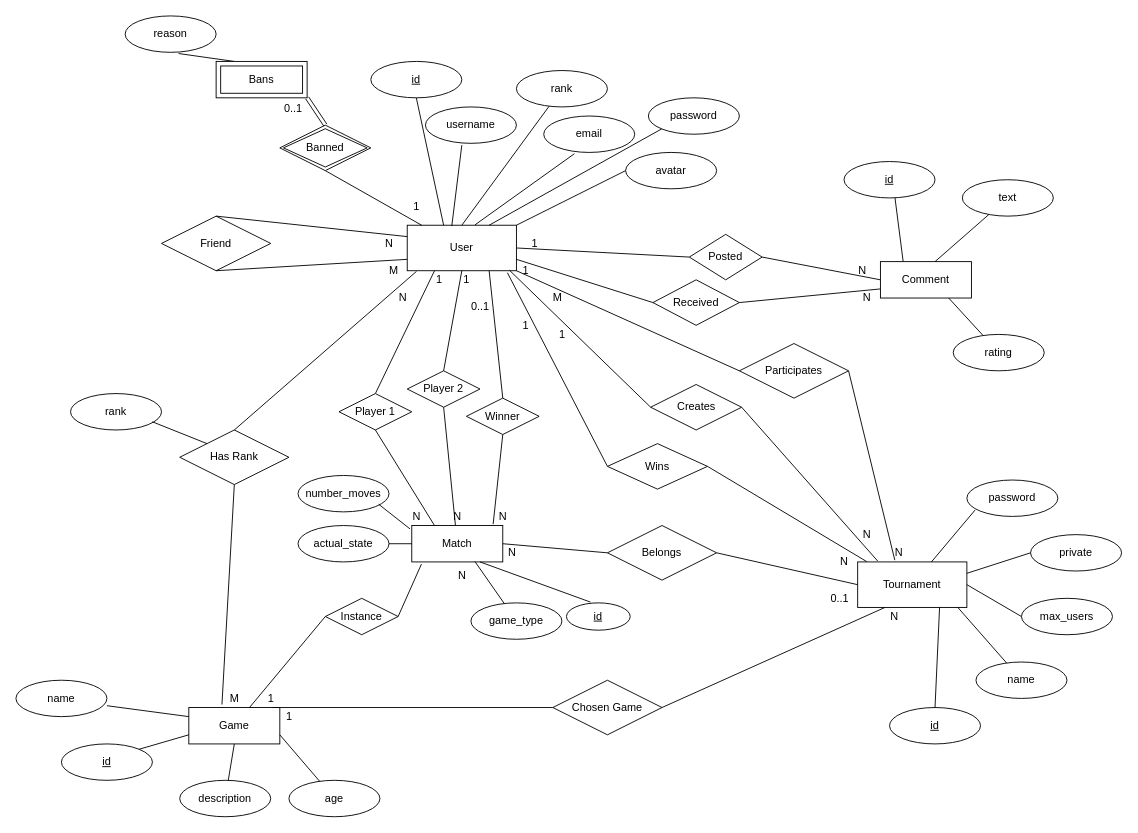
The draw.io diagram Reports/DER.drawio in pedromiglou/MathGames, before the edit. Source tidied: cells renumbered, new cells numbered last; positions are measured from the earlier drawing's top-left corner, leaving out a move shared by most shapes. Both pictures are drawn from the tidied source at 91%, with x=0, y=0 at pixel (15, 15).
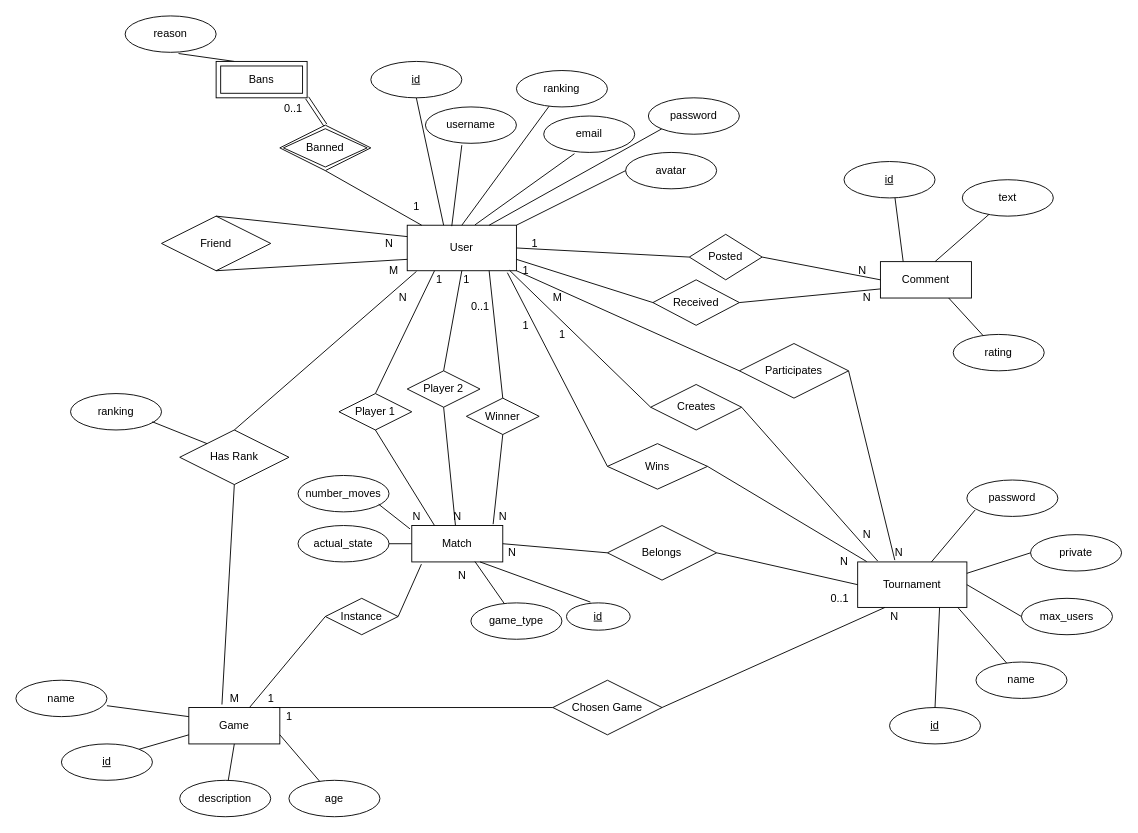
The same diagram, later.

Change to the diagram source:
```diff
@@
-    <mxCell id="115" value="rank" style="ellipse;whiteSpace=wrap;html=1;align=center;" parent="1" vertex="1">
+    <mxCell id="115" value="ranking" style="ellipse;whiteSpace=wrap;html=1;align=center;" parent="1" vertex="1">
       <mxGeometry x="60" y="415" width="100" height="40" as="geometry" />
     </mxCell>
@@
-    <mxCell id="124" value="rank" style="ellipse;whiteSpace=wrap;html=1;align=center;" parent="1" vertex="1">
+    <mxCell id="124" value="ranking" style="ellipse;whiteSpace=wrap;html=1;align=center;" parent="1" vertex="1">
       <mxGeometry x="550" y="60" width="100" height="40" as="geometry" />
     </mxCell>
```
